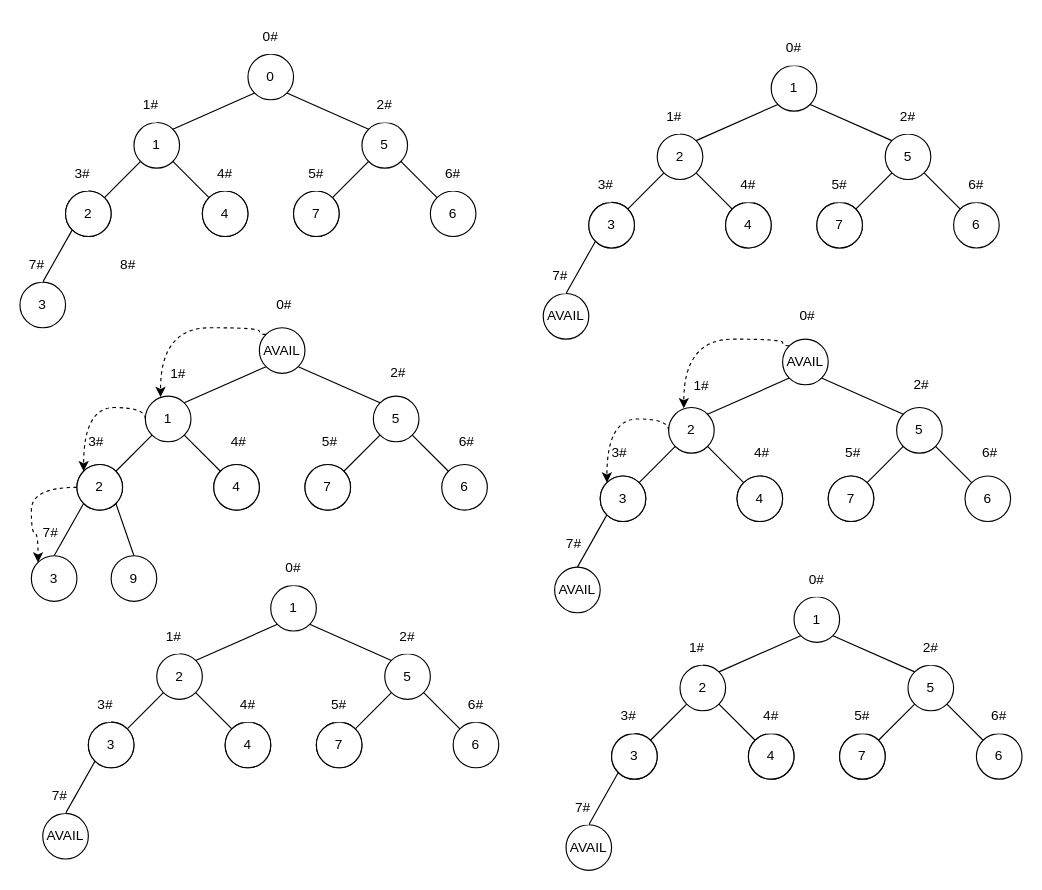
Before: AVAILHeap.drawio in BWaaaa/TicTacToe_Bwaaa, a draw.io diagram. Source tidied: cells renumbered, new cells numbered last; positions are measured from the earlier drawing's top-left corner, leaving out a move shared by most shapes. Both pictures are drawn from the tidied source at 114%, with x=0, y=0 at pixel (19, 19).
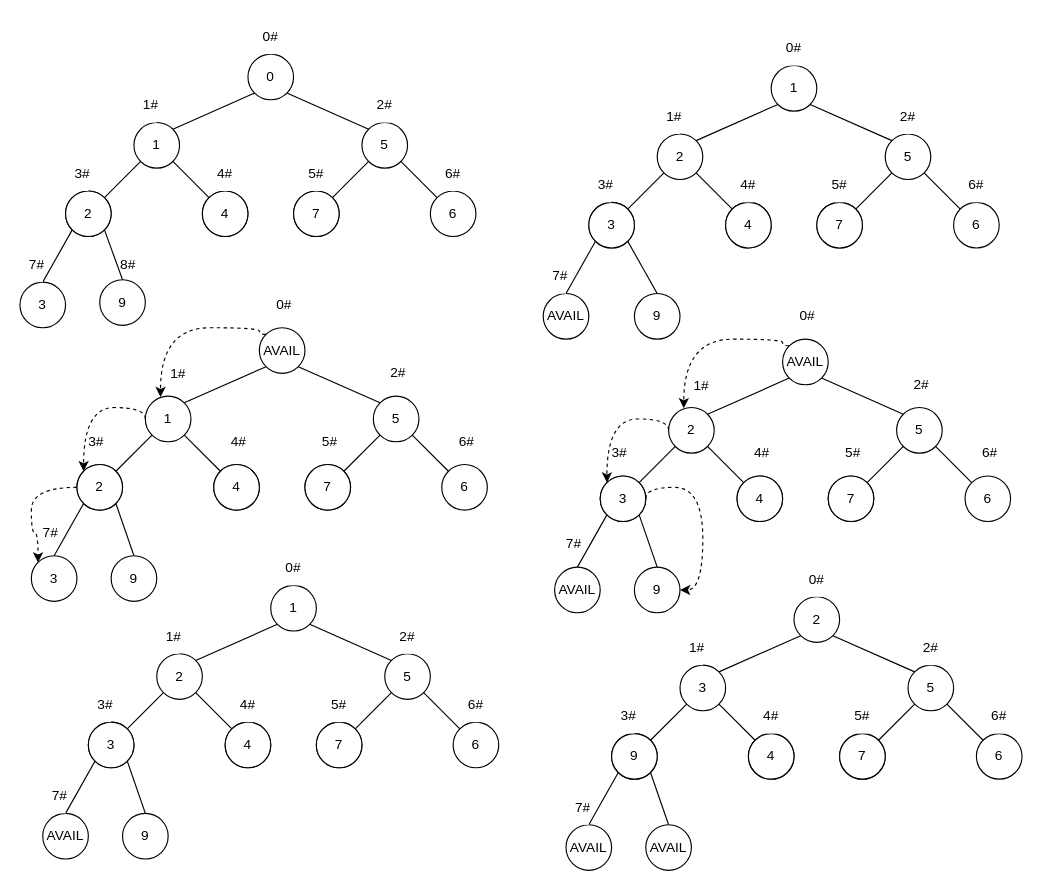
The same page after the edit.

The change refers to these unchanged cells:
```xml
<mxCell id="16" value="2" style="ellipse;whiteSpace=wrap;html=1;" parent="1" vertex="1">
  <mxGeometry x="40" y="150" width="40" height="40" as="geometry" />
</mxCell>
<mxCell id="71" value="3" style="ellipse;whiteSpace=wrap;html=1;" parent="1" vertex="1">
  <mxGeometry x="60" y="616" width="40" height="40" as="geometry" />
</mxCell>
<mxCell id="97" value="3" style="ellipse;whiteSpace=wrap;html=1;" parent="1" vertex="1">
  <mxGeometry x="499" y="160" width="40" height="40" as="geometry" />
</mxCell>
<mxCell id="116" value="3" style="ellipse;whiteSpace=wrap;html=1;" parent="1" vertex="1">
  <mxGeometry x="509" y="400" width="40" height="40" as="geometry" />
</mxCell>
```

The edit, as a diff of the source:
```diff
@@
-    <mxCell id="139" value="1" style="ellipse;whiteSpace=wrap;html=1;" parent="1" vertex="1">
+    <mxCell id="139" value="2" style="ellipse;whiteSpace=wrap;html=1;" parent="1" vertex="1">
       <mxGeometry x="679" y="506" width="40" height="40" as="geometry" />
     </mxCell>
-    <mxCell id="140" value="2" style="ellipse;whiteSpace=wrap;html=1;" parent="1" vertex="1">
+    <mxCell id="140" value="3" style="ellipse;whiteSpace=wrap;html=1;" parent="1" vertex="1">
       <mxGeometry x="579" y="566" width="40" height="40" as="geometry" />
     </mxCell>
@@
-    <mxCell id="151" value="3" style="ellipse;whiteSpace=wrap;html=1;" parent="1" vertex="1">
+    <mxCell id="151" value="9" style="ellipse;whiteSpace=wrap;html=1;" parent="1" vertex="1">
       <mxGeometry x="519" y="626" width="40" height="40" as="geometry" />
     </mxCell>
@@
+    <mxCell id="166" style="rounded=0;jettySize=auto;html=1;exitX=0.5;exitY=0;exitDx=0;exitDy=0;entryX=1;entryY=1;entryDx=0;entryDy=0;endArrow=none;endFill=0;" parent="1" edge="1" source="167" target="16">
+      <mxGeometry relative="1" as="geometry" />
+    </mxCell>
+    <mxCell id="167" value="9" style="ellipse;whiteSpace=wrap;html=1;" parent="1" vertex="1">
+      <mxGeometry x="70" y="227.9" width="40" height="40" as="geometry" />
+    </mxCell>
+    <mxCell id="168" style="rounded=0;jettySize=auto;html=1;exitX=0.5;exitY=0;exitDx=0;exitDy=0;entryX=1;entryY=1;entryDx=0;entryDy=0;endArrow=none;endFill=0;" parent="1" edge="1" source="169" target="71">
+      <mxGeometry relative="1" as="geometry" />
+    </mxCell>
+    <mxCell id="169" value="9" style="ellipse;whiteSpace=wrap;html=1;" parent="1" vertex="1">
+      <mxGeometry x="90" y="696" width="40" height="40" as="geometry" />
+    </mxCell>
+    <mxCell id="170" style="rounded=0;jettySize=auto;html=1;exitX=0.5;exitY=0;exitDx=0;exitDy=0;entryX=1;entryY=1;entryDx=0;entryDy=0;endArrow=none;endFill=0;" parent="1" edge="1" source="171" target="97">
+      <mxGeometry relative="1" as="geometry" />
+    </mxCell>
+    <mxCell id="171" value="9" style="ellipse;whiteSpace=wrap;html=1;" parent="1" vertex="1">
+      <mxGeometry x="539" y="240" width="40" height="40" as="geometry" />
+    </mxCell>
+    <mxCell id="172" style="rounded=0;jettySize=auto;html=1;exitX=0.5;exitY=0;exitDx=0;exitDy=0;entryX=1;entryY=1;entryDx=0;entryDy=0;endArrow=none;endFill=0;" parent="1" edge="1" source="173" target="116">
+      <mxGeometry relative="1" as="geometry" />
+    </mxCell>
+    <mxCell id="173" value="9" style="ellipse;whiteSpace=wrap;html=1;" parent="1" vertex="1">
+      <mxGeometry x="539" y="480" width="40" height="40" as="geometry" />
+    </mxCell>
+    <mxCell id="174" style="edgeStyle=orthogonalEdgeStyle;rounded=0;jettySize=auto;html=1;exitX=1;exitY=0.5;exitDx=0;exitDy=0;entryX=1;entryY=0.5;entryDx=0;entryDy=0;endArrow=classic;endFill=1;curved=1;dashed=1;" parent="1" edge="1" source="116" target="173">
+      <mxGeometry relative="1" as="geometry">
+        <Array as="points">
+          <mxPoint x="549" y="410" />
+          <mxPoint x="599" y="410" />
+          <mxPoint x="599" y="500" />
+        </Array>
+      </mxGeometry>
+    </mxCell>
+    <mxCell id="175" style="rounded=0;jettySize=auto;html=1;exitX=0.5;exitY=0;exitDx=0;exitDy=0;entryX=1;entryY=1;entryDx=0;entryDy=0;endArrow=none;endFill=0;" parent="1" edge="1" source="176">
+      <mxGeometry relative="1" as="geometry">
+        <mxPoint x="553.1" y="660.1" as="targetPoint" />
+      </mxGeometry>
+    </mxCell>
+    <mxCell id="176" value="AVAIL" style="ellipse;whiteSpace=wrap;html=1;" parent="1" vertex="1">
+      <mxGeometry x="549" y="706" width="40" height="40" as="geometry" />
+    </mxCell>
```
